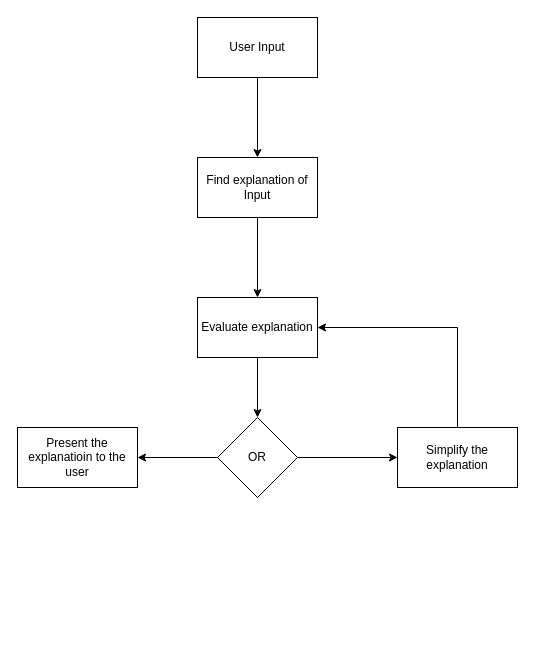
This is diagrams/diagram1.drawio from whzd/thesis, a draw.io file, before an edit. Source tidied: cells renumbered, new cells numbered last; positions are measured from the earlier drawing's top-left corner, leaving out a move shared by most shapes. Both pictures are drawn from the tidied source at 100%, with x=0, y=0 at pixel (17, 17).
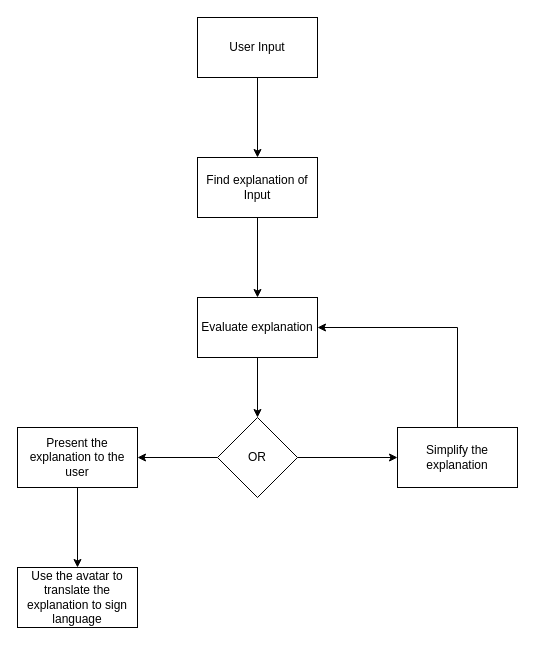
The same page after the edit.

Change to the diagram source:
```diff
@@
 <mxGraphModel>
   <root>
     <mxCell id="0" />
     <mxCell id="1" parent="0" />
     <mxCell id="2" style="edgeStyle=orthogonalEdgeStyle;rounded=0;jettySize=auto;html=1;" parent="1" edge="1" source="3" target="5">
       <mxGeometry relative="1" as="geometry" />
     </mxCell>
     <mxCell id="3" value="User Input" style="rounded=0;whiteSpace=wrap;html=1;" parent="1" vertex="1">
       <mxGeometry x="180" width="120" height="60" as="geometry" />
     </mxCell>
     <mxCell id="4" style="edgeStyle=orthogonalEdgeStyle;rounded=0;jettySize=auto;html=1;" parent="1" edge="1" source="5" target="7">
       <mxGeometry relative="1" as="geometry" />
     </mxCell>
     <mxCell id="5" value="Find explanation of Input" style="rounded=0;whiteSpace=wrap;html=1;" parent="1" vertex="1">
       <mxGeometry x="180" y="140" width="120" height="60" as="geometry" />
     </mxCell>
     <mxCell id="6" style="edgeStyle=orthogonalEdgeStyle;rounded=0;jettySize=auto;html=1;" parent="1" edge="1" source="7" target="10">
       <mxGeometry relative="1" as="geometry" />
     </mxCell>
     <mxCell id="7" value="Evaluate explanation" style="rounded=0;whiteSpace=wrap;html=1;" parent="1" vertex="1">
       <mxGeometry x="180" y="280" width="120" height="60" as="geometry" />
     </mxCell>
     <mxCell id="8" style="edgeStyle=orthogonalEdgeStyle;rounded=0;jettySize=auto;html=1;" parent="1" edge="1" source="10" target="11">
       <mxGeometry relative="1" as="geometry" />
     </mxCell>
     <mxCell id="9" style="edgeStyle=orthogonalEdgeStyle;rounded=0;jettySize=auto;html=1;" parent="1" edge="1" source="10" target="13">
       <mxGeometry relative="1" as="geometry" />
     </mxCell>
     <mxCell id="10" value="OR" style="rhombus;whiteSpace=wrap;html=1;" parent="1" vertex="1">
       <mxGeometry x="200" y="400" width="80" height="80" as="geometry" />
     </mxCell>
+    <mxCell id="14" style="edgeStyle=orthogonalEdgeStyle;rounded=0;jettySize=auto;html=1;" parent="1" edge="1" source="11" target="15">
+      <mxGeometry relative="1" as="geometry" />
+    </mxCell>
-    <mxCell id="11" value="Present the explanatioin to the user" style="rounded=0;whiteSpace=wrap;html=1;" parent="1" vertex="1">
+    <mxCell id="11" value="Present the explanation to the user" style="rounded=0;whiteSpace=wrap;html=1;" parent="1" vertex="1">
       <mxGeometry y="410" width="120" height="60" as="geometry" />
     </mxCell>
     <mxCell id="12" style="edgeStyle=orthogonalEdgeStyle;rounded=0;jettySize=auto;html=1;" parent="1" edge="1" source="13" target="7">
       <mxGeometry relative="1" as="geometry">
         <Array as="points">
           <mxPoint x="440" y="310" />
         </Array>
       </mxGeometry>
     </mxCell>
     <mxCell id="13" value="Simplify the explanation" style="rounded=0;whiteSpace=wrap;html=1;" parent="1" vertex="1">
       <mxGeometry x="380" y="410" width="120" height="60" as="geometry" />
     </mxCell>
+    <mxCell id="15" value="Use the avatar to translate the explanation to sign language" style="rounded=0;whiteSpace=wrap;html=1;" parent="1" vertex="1">
+      <mxGeometry y="550" width="120" height="60" as="geometry" />
+    </mxCell>
   </root>
 </mxGraphModel>
```
